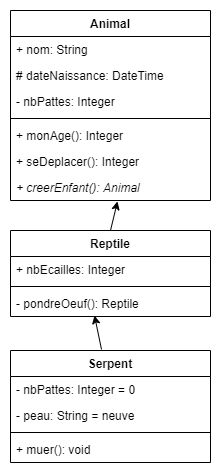
Earlier version of the draw.io export diag.png (Noe-bot/zoo). Source tidied: cells renumbered, new cells last; positions are measured from the earlier drawing's top-left corner, leaving out a move shared by most shapes. The source it was exported from:
```xml
<mxGraphModel>
  <root>
    <mxCell id="0" />
    <mxCell id="1" parent="0" />
    <mxCell id="2" value="Animal" style="swimlane;fontStyle=1;align=center;verticalAlign=top;horizontal=1;startSize=26;" parent="1" vertex="1">
      <mxGeometry width="200" height="190" as="geometry" />
    </mxCell>
    <mxCell id="3" value="+ nom: String" style="text;strokeColor=none;fillColor=none;align=left;verticalAlign=top;spacingLeft=4;spacingRight=4;overflow=hidden;" parent="2" vertex="1">
      <mxGeometry y="26" width="200" height="26" as="geometry" />
    </mxCell>
    <mxCell id="4" value="# dateNaissance: DateTime" style="text;strokeColor=none;fillColor=none;align=left;verticalAlign=top;spacingLeft=4;spacingRight=4;overflow=hidden;" parent="2" vertex="1">
      <mxGeometry y="52" width="200" height="26" as="geometry" />
    </mxCell>
    <mxCell id="5" value="- nbPattes: Integer" style="text;strokeColor=none;fillColor=none;align=left;verticalAlign=top;spacingLeft=4;spacingRight=4;overflow=hidden;" parent="2" vertex="1">
      <mxGeometry y="78" width="200" height="26" as="geometry" />
    </mxCell>
    <mxCell id="6" style="line;strokeWidth=1;fillColor=none;align=left;verticalAlign=middle;spacingTop=-1;spacingLeft=3;spacingRight=3;labelPosition=right;" parent="2" vertex="1">
      <mxGeometry y="104" width="200" height="8" as="geometry" />
    </mxCell>
    <mxCell id="7" value="+ monAge(): Integer" style="text;strokeColor=none;fillColor=none;align=left;verticalAlign=top;spacingLeft=4;spacingRight=4;overflow=hidden;" parent="2" vertex="1">
      <mxGeometry y="112" width="200" height="26" as="geometry" />
    </mxCell>
    <mxCell id="8" value="+ seDeplacer(): Integer" style="text;strokeColor=none;fillColor=none;align=left;verticalAlign=top;spacingLeft=4;spacingRight=4;overflow=hidden;" parent="2" vertex="1">
      <mxGeometry y="138" width="200" height="26" as="geometry" />
    </mxCell>
    <mxCell id="9" value="+ creerEnfant(): Animal" style="text;strokeColor=none;fillColor=none;align=left;verticalAlign=top;spacingLeft=4;spacingRight=4;overflow=hidden;points=[[0,0.5],[1,0.5]];portConstraint=eastwest;fontStyle=2;" parent="2" vertex="1">
      <mxGeometry y="164" width="200" height="26" as="geometry" />
    </mxCell>
    <mxCell id="10" value="Reptile" style="swimlane;fontStyle=1;align=center;verticalAlign=top;horizontal=1;startSize=26;" parent="1" vertex="1">
      <mxGeometry y="220" width="200" height="86" as="geometry" />
    </mxCell>
    <mxCell id="11" value="+ nbEcailles: Integer" style="text;strokeColor=none;fillColor=none;align=left;verticalAlign=top;spacingLeft=4;spacingRight=4;overflow=hidden;" parent="10" vertex="1">
      <mxGeometry y="26" width="200" height="26" as="geometry" />
    </mxCell>
    <mxCell id="12" style="line;strokeWidth=1;fillColor=none;align=left;verticalAlign=middle;spacingTop=-1;spacingLeft=3;spacingRight=3;labelPosition=right;" parent="10" vertex="1">
      <mxGeometry y="52" width="200" height="8" as="geometry" />
    </mxCell>
    <mxCell id="13" value="- pondreOeuf(): Reptile" style="text;strokeColor=none;fillColor=none;align=left;verticalAlign=top;spacingLeft=4;spacingRight=4;overflow=hidden;points=[[0,0.5],[1,0.5]];portConstraint=eastwest;" parent="10" vertex="1">
      <mxGeometry y="60" width="200" height="26" as="geometry" />
    </mxCell>
    <mxCell id="14" style="endArrow=classic;html=1;exitX=0.5;exitY=0;exitDx=0;exitDy=0;entryX=0.535;entryY=1.038;entryDx=0;entryDy=0;entryPerimeter=0;" parent="1" edge="1" source="10" target="9">
      <mxGeometry relative="1" as="geometry" />
    </mxCell>
    <mxCell id="15" value="Serpent" style="swimlane;fontStyle=1;align=center;verticalAlign=top;horizontal=1;startSize=26;" parent="1" vertex="1">
      <mxGeometry y="340" width="200" height="112" as="geometry" />
    </mxCell>
    <mxCell id="16" value="- nbPattes: Integer = 0" style="text;strokeColor=none;fillColor=none;align=left;verticalAlign=top;spacingLeft=4;spacingRight=4;overflow=hidden;" parent="15" vertex="1">
      <mxGeometry y="26" width="200" height="26" as="geometry" />
    </mxCell>
    <mxCell id="17" value="- peau: String = neuve" style="text;strokeColor=none;fillColor=none;align=left;verticalAlign=top;spacingLeft=4;spacingRight=4;overflow=hidden;" parent="15" vertex="1">
      <mxGeometry y="52" width="200" height="26" as="geometry" />
    </mxCell>
    <mxCell id="18" style="line;strokeWidth=1;fillColor=none;align=left;verticalAlign=middle;spacingTop=-1;spacingLeft=3;spacingRight=3;labelPosition=right;" parent="15" vertex="1">
      <mxGeometry y="78" width="200" height="8" as="geometry" />
    </mxCell>
    <mxCell id="19" value="+ muer(): void" style="text;strokeColor=none;fillColor=none;align=left;verticalAlign=top;spacingLeft=4;spacingRight=4;overflow=hidden;" parent="15" vertex="1">
      <mxGeometry y="86" width="200" height="26" as="geometry" />
    </mxCell>
    <mxCell id="20" style="endArrow=classic;html=1;exitX=0.455;exitY=-0.009;exitDx=0;exitDy=0;exitPerimeter=0;entryX=0.42;entryY=0.962;entryDx=0;entryDy=0;entryPerimeter=0;" parent="1" edge="1" source="15" target="13">
      <mxGeometry relative="1" as="geometry" />
    </mxCell>
  </root>
</mxGraphModel>
```
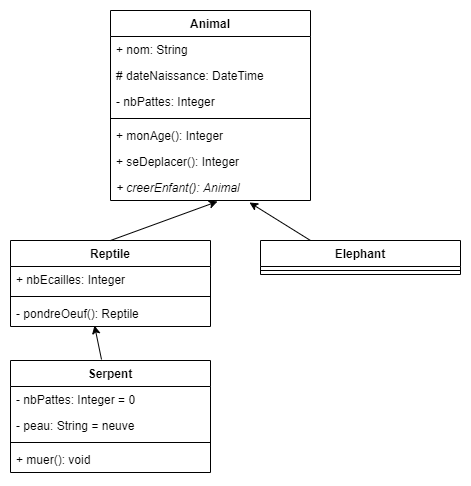
After the commit.

Change to the diagram source:
```diff
@@ -3,7 +3,7 @@
     <mxCell id="0" />
     <mxCell id="1" parent="0" />
     <mxCell id="2" value="Animal" style="swimlane;fontStyle=1;align=center;verticalAlign=top;horizontal=1;startSize=26;" parent="1" vertex="1">
-      <mxGeometry width="200" height="190" as="geometry" />
+      <mxGeometry x="100" y="-10" width="200" height="190" as="geometry" />
     </mxCell>
     <mxCell id="3" value="+ nom: String" style="text;strokeColor=none;fillColor=none;align=left;verticalAlign=top;spacingLeft=4;spacingRight=4;overflow=hidden;" parent="2" vertex="1">
       <mxGeometry y="26" width="200" height="26" as="geometry" />
@@ -59,5 +59,14 @@
     <mxCell id="20" style="endArrow=classic;html=1;exitX=0.455;exitY=-0.009;exitDx=0;exitDy=0;exitPerimeter=0;entryX=0.42;entryY=0.962;entryDx=0;entryDy=0;entryPerimeter=0;" parent="1" edge="1" source="15" target="13">
       <mxGeometry relative="1" as="geometry" />
     </mxCell>
+    <mxCell id="21" value="Elephant" style="swimlane;fontStyle=1;align=center;verticalAlign=top;horizontal=1;startSize=26;" parent="1" vertex="1">
+      <mxGeometry x="250" y="220" width="200" height="34" as="geometry" />
+    </mxCell>
+    <mxCell id="22" style="line;strokeWidth=1;fillColor=none;align=left;verticalAlign=middle;spacingTop=-1;spacingLeft=3;spacingRight=3;labelPosition=right;" parent="21" vertex="1">
+      <mxGeometry y="26" width="200" height="8" as="geometry" />
+    </mxCell>
+    <mxCell id="23" style="endArrow=classic;html=1;exitX=0.25;exitY=0;exitDx=0;exitDy=0;entryX=0.695;entryY=1.077;entryDx=0;entryDy=0;entryPerimeter=0;" parent="1" edge="1" source="21" target="9">
+      <mxGeometry relative="1" as="geometry" />
+    </mxCell>
   </root>
 </mxGraphModel>
```
